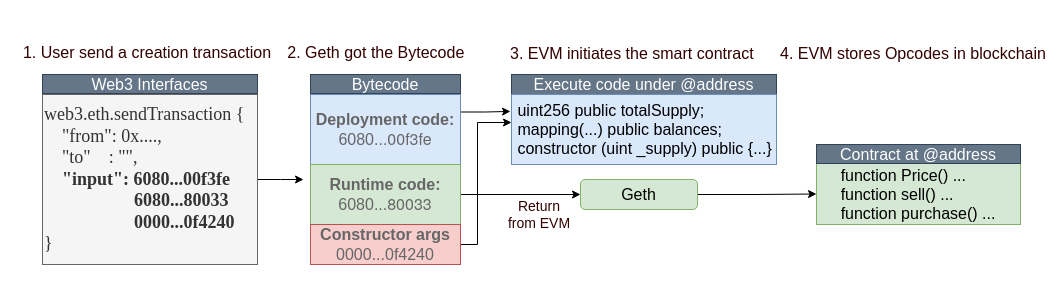
The draw.io diagram page "codecopy" (8 of 11) of Untitled Diagram.drawio in Kenun99/drawio.repo, before the edit. Source tidied: cells renumbered, new cells numbered last; positions are measured from the earlier drawing's top-left corner, leaving out a move shared by most shapes. Both pictures are drawn from the tidied source at 100%, with x=0, y=0 at pixel (17, 37).
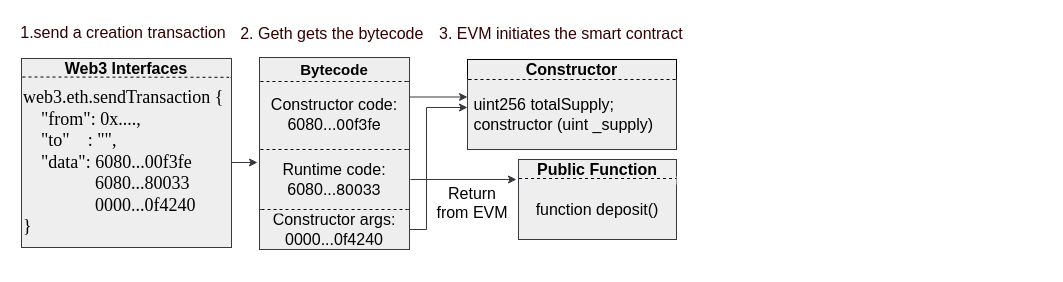
Above is the later version.

The edit, as a diff of the source:
```diff
@@
-    <mxCell id="2" style="edgeStyle=orthogonalEdgeStyle;rounded=0;jettySize=auto;html=1;" parent="1" edge="1" source="3">
+    <mxCell id="2" style="edgeStyle=orthogonalEdgeStyle;rounded=0;jettySize=auto;html=1;fillColor=#eeeeee;strokeColor=#36393d;" parent="1" edge="1" source="3">
       <mxGeometry relative="1" as="geometry">
-        <mxPoint x="286" y="142" as="targetPoint" />
+        <mxPoint x="240" y="125" as="targetPoint" />
       </mxGeometry>
     </mxCell>
-    <mxCell id="3" value="&lt;font face=&quot;Times New Roman&quot; style=&quot;font-size: 18px&quot;&gt;&lt;font style=&quot;font-size: 18px&quot;&gt;web3.eth.sendTransaction {&lt;br&gt;&amp;nbsp; &amp;nbsp; &quot;from&quot;: 0x....,&lt;br&gt;&amp;nbsp; &amp;nbsp; &quot;to&quot;&amp;nbsp; &amp;nbsp; : &quot;&quot;,&lt;br&gt;&amp;nbsp; &amp;nbsp; &lt;b&gt;&quot;input&quot;:&amp;nbsp;&lt;/b&gt;&lt;/font&gt;&lt;b&gt;6080...&lt;span&gt;00f3fe&lt;br&gt;&lt;/span&gt;&lt;span&gt; &lt;/span&gt;&lt;span&gt; &lt;/span&gt;&lt;span&gt; &lt;/span&gt;&lt;span&gt; &lt;/span&gt;&lt;span style=&quot;white-space: pre&quot;&gt; &lt;/span&gt;&lt;span style=&quot;white-space: pre&quot;&gt; &lt;/span&gt;&amp;nbsp; &lt;span style=&quot;white-space: pre&quot;&gt; &lt;/span&gt;&amp;nbsp; &amp;nbsp; &amp;nbsp; &amp;nbsp; &amp;nbsp; &amp;nbsp; &amp;nbsp; &amp;nbsp;&lt;font style=&quot;font-size: 18px&quot;&gt;6080...&lt;/font&gt;&lt;span&gt;&lt;font style=&quot;font-size: 18px&quot;&gt;80033&lt;br&gt;&lt;/font&gt;&lt;/span&gt;&lt;font style=&quot;font-size: 18px&quot;&gt;&amp;nbsp; &amp;nbsp; &amp;nbsp; &amp;nbsp; &amp;nbsp; &amp;nbsp; &amp;nbsp; &amp;nbsp; &amp;nbsp; &amp;nbsp; 0000...0f4240&lt;/font&gt;&lt;/b&gt;&lt;br&gt;&lt;font style=&quot;font-size: 18px&quot;&gt;}&lt;/font&gt;&lt;/font&gt;" style="rounded=0;whiteSpace=wrap;html=1;fontColor=#333333;align=left;fontSize=16;fillColor=#f5f5f5;strokeColor=#666666;" parent="1" vertex="1">
-      <mxGeometry x="25" y="57" width="215" height="170" as="geometry" />
+    <mxCell id="3" value="&lt;font face=&quot;Times New Roman&quot; style=&quot;font-size: 18px&quot;&gt;&lt;font style=&quot;font-size: 18px&quot;&gt;web3.eth.sendTransaction {&lt;br&gt;&amp;nbsp; &amp;nbsp; &quot;from&quot;: 0x....,&lt;br&gt;&amp;nbsp; &amp;nbsp; &quot;to&quot;&amp;nbsp; &amp;nbsp; : &quot;&quot;,&lt;br&gt;&amp;nbsp; &amp;nbsp; &quot;data&quot;:&amp;nbsp;&lt;/font&gt;6080...00f3fe&lt;br&gt;    &lt;span style=&quot;white-space: pre&quot;&gt; &lt;/span&gt;&lt;span style=&quot;white-space: pre&quot;&gt; &lt;/span&gt;&amp;nbsp; &lt;span style=&quot;white-space: pre&quot;&gt; &lt;/span&gt;&amp;nbsp; &amp;nbsp; &amp;nbsp; &amp;nbsp; &amp;nbsp; &amp;nbsp;&lt;font style=&quot;font-size: 18px&quot;&gt;6080...&lt;/font&gt;&lt;font style=&quot;font-size: 18px&quot;&gt;80033&lt;br&gt;&lt;/font&gt;&lt;font style=&quot;font-size: 18px&quot;&gt;&amp;nbsp; &amp;nbsp; &amp;nbsp; &amp;nbsp; &amp;nbsp; &amp;nbsp; &amp;nbsp; &amp;nbsp; 0000...0f4240&lt;/font&gt;&lt;br&gt;&lt;font style=&quot;font-size: 18px&quot;&gt;}&lt;/font&gt;&lt;/font&gt;" style="rounded=0;whiteSpace=wrap;html=1;align=left;fontSize=16;fillColor=#eeeeee;strokeColor=#36393d;" parent="1" vertex="1">
+      <mxGeometry x="4" y="40" width="210" height="170" as="geometry" />
     </mxCell>
-    <mxCell id="4" style="edgeStyle=orthogonalEdgeStyle;rounded=0;jettySize=auto;html=1;exitX=1;exitY=0.25;exitDx=0;exitDy=0;fontSize=12;fontColor=#666666;strokeWidth=1;" parent="1" edge="1" source="5">
-      <mxGeometry relative="1" as="geometry">
-        <mxPoint x="493" y="73.9" as="targetPoint" />
-      </mxGeometry>
+    <mxCell id="4" style="edgeStyle=orthogonalEdgeStyle;rounded=0;jettySize=auto;html=1;exitX=1;exitY=0.25;exitDx=0;exitDy=0;fontSize=12;fontColor=#666666;strokeWidth=1;fillColor=#eeeeee;strokeColor=#36393d;entryX=0;entryY=0.25;entryDx=0;entryDy=0;" parent="1" edge="1" source="5" target="18">
+      <mxGeometry relative="1" as="geometry" />
     </mxCell>
-    <mxCell id="5" value="&lt;span style=&quot;color: rgb(102 , 102 , 102) ; text-align: left&quot;&gt;&lt;b&gt;Deployment code:&lt;/b&gt;&lt;/span&gt;&lt;font style=&quot;font-size: 16px&quot; color=&quot;#666666&quot;&gt;&lt;span style=&quot;text-align: left ; font-size: 16px&quot;&gt;&lt;br&gt;6080...&lt;/span&gt;&lt;span style=&quot;text-align: left ; font-family: &amp;#34;helvetica neue&amp;#34; ; font-size: 16px&quot;&gt;00f3fe&lt;/span&gt;&lt;/font&gt;&lt;font style=&quot;font-size: 16px&quot;&gt;&lt;span style=&quot;text-align: left ; font-family: &amp;#34;helvetica neue&amp;#34; ; font-size: 16px&quot;&gt;&lt;br style=&quot;font-size: 16px&quot;&gt;&lt;/span&gt;&lt;/font&gt;" style="rounded=0;whiteSpace=wrap;html=1;fontSize=16;fillColor=#dae8fc;strokeColor=#6c8ebf;" parent="1" vertex="1">
-      <mxGeometry x="293" y="57" width="150" height="70" as="geometry" />
+    <mxCell id="5" value="&lt;span style=&quot;text-align: left&quot;&gt;Constructor code:&lt;/span&gt;&lt;font style=&quot;font-size: 16px&quot;&gt;&lt;span style=&quot;text-align: left ; font-size: 16px&quot;&gt;&lt;br&gt;6080...&lt;/span&gt;&lt;span style=&quot;text-align: left ; font-family: &amp;#34;helvetica neue&amp;#34; ; font-size: 16px&quot;&gt;00f3fe&lt;/span&gt;&lt;/font&gt;&lt;font style=&quot;font-size: 16px&quot;&gt;&lt;span style=&quot;text-align: left ; font-family: &amp;#34;helvetica neue&amp;#34; ; font-size: 16px&quot;&gt;&lt;br style=&quot;font-size: 16px&quot;&gt;&lt;/span&gt;&lt;/font&gt;" style="rounded=0;whiteSpace=wrap;html=1;fontSize=16;fillColor=#eeeeee;strokeColor=#36393d;" parent="1" vertex="1">
+      <mxGeometry x="242" y="42" width="150" height="70" as="geometry" />
     </mxCell>
     <mxCell id="6" value="&lt;span style=&quot;font-family: helvetica; font-size: 16px; font-style: normal; font-weight: 400; letter-spacing: normal; text-align: center; text-indent: 0px; text-transform: none; word-spacing: 0px; background-color: rgb(255, 255, 255); display: inline; float: none;&quot;&gt;3. EVM initiates the smart contract&lt;/span&gt;" style="text;html=1;fontSize=16;fontColor=#330000;" parent="1" vertex="1">
-      <mxGeometry x="491" width="259" height="30" as="geometry" />
+      <mxGeometry x="420" y="-20" width="240" height="30" as="geometry" />
     </mxCell>
-    <mxCell id="7" value="&lt;font style=&quot;font-size: 16px&quot;&gt;1. User send a creation transaction&lt;/font&gt;" style="text;html=1;strokeColor=none;fillColor=none;align=center;verticalAlign=middle;whiteSpace=wrap;rounded=0;fontSize=16;fontColor=#330000;" parent="1" vertex="1">
-      <mxGeometry width="260" height="30" as="geometry" />
+    <mxCell id="7" value="&lt;font style=&quot;font-size: 16px&quot;&gt;1.send a creation transaction&lt;/font&gt;" style="text;html=1;strokeColor=none;fillColor=none;align=center;verticalAlign=middle;whiteSpace=wrap;rounded=0;fontSize=16;fontColor=#330000;" parent="1" vertex="1">
+      <mxGeometry x="1" y="-20" width="210" height="30" as="geometry" />
     </mxCell>
-    <mxCell id="8" value="&lt;font style=&quot;font-size: 16px&quot;&gt;2. Geth got the Bytecode&amp;nbsp;&lt;/font&gt;" style="text;html=1;strokeColor=none;fillColor=none;align=center;verticalAlign=middle;whiteSpace=wrap;rounded=0;fontSize=16;fontColor=#330000;" parent="1" vertex="1">
-      <mxGeometry x="260" width="202" height="30" as="geometry" />
+    <mxCell id="8" value="&lt;font style=&quot;font-size: 16px&quot;&gt;2. Geth gets the bytecode&amp;nbsp;&lt;/font&gt;" style="text;html=1;strokeColor=none;fillColor=none;align=center;verticalAlign=middle;whiteSpace=wrap;rounded=0;fontSize=16;fontColor=#330000;" parent="1" vertex="1">
+      <mxGeometry x="216" y="-19" width="202" height="30" as="geometry" />
     </mxCell>
-    <mxCell id="9" style="edgeStyle=orthogonalEdgeStyle;rounded=0;jettySize=auto;html=1;entryX=0;entryY=0.5;entryDx=0;entryDy=0;fontSize=12;fontColor=#330000;strokeWidth=1;" parent="1" edge="1" source="10" target="15">
-      <mxGeometry relative="1" as="geometry" />
+    <mxCell id="9" style="edgeStyle=orthogonalEdgeStyle;rounded=0;orthogonalLoop=1;jettySize=auto;html=1;fontSize=12;fontColor=#330000;strokeWidth=1;fillColor=#eeeeee;strokeColor=#36393d;" parent="1" edge="1">
+      <mxGeometry relative="1" as="geometry">
+        <mxPoint x="393" y="142" as="sourcePoint" />
+        <mxPoint x="499" y="142" as="targetPoint" />
+      </mxGeometry>
     </mxCell>
-    <mxCell id="10" value="&lt;span style=&quot;text-align: left ; font-size: 16px&quot;&gt;&lt;b&gt;Runtime code:&lt;/b&gt;&lt;br&gt;6080...&lt;/span&gt;&lt;span style=&quot;text-align: left ; font-family: &amp;#34;helvetica neue&amp;#34; ; font-size: 16px&quot;&gt;80033&lt;/span&gt;&lt;font style=&quot;font-size: 16px&quot;&gt;&lt;span style=&quot;text-align: left ; font-family: &amp;#34;helvetica neue&amp;#34; ; font-size: 16px&quot;&gt;&lt;br style=&quot;font-size: 16px&quot;&gt;&lt;/span&gt;&lt;/font&gt;" style="rounded=0;whiteSpace=wrap;html=1;fontSize=16;fillColor=#d5e8d4;strokeColor=#82b366;fontColor=#666666;" parent="1" vertex="1">
-      <mxGeometry x="293" y="127" width="150" height="60" as="geometry" />
+    <mxCell id="10" value="&lt;font color=&quot;#000000&quot;&gt;&lt;span style=&quot;text-align: left ; font-size: 16px&quot;&gt;Runtime code:&lt;br&gt;6080...&lt;/span&gt;&lt;span style=&quot;text-align: left ; font-family: &amp;#34;helvetica neue&amp;#34; ; font-size: 16px&quot;&gt;80033&lt;/span&gt;&lt;/font&gt;&lt;font style=&quot;font-size: 16px&quot;&gt;&lt;span style=&quot;text-align: left ; font-family: &amp;#34;helvetica neue&amp;#34; ; font-size: 16px&quot;&gt;&lt;br style=&quot;font-size: 16px&quot;&gt;&lt;/span&gt;&lt;/font&gt;" style="rounded=0;whiteSpace=wrap;html=1;fontSize=16;fillColor=#eeeeee;strokeColor=#36393d;" parent="1" vertex="1">
+      <mxGeometry x="242" y="112" width="150" height="60" as="geometry" />
     </mxCell>
-    <mxCell id="11" style="edgeStyle=orthogonalEdgeStyle;rounded=0;jettySize=auto;html=1;exitX=1;exitY=0.5;exitDx=0;exitDy=0;entryX=0;entryY=0.4;entryDx=0;entryDy=0;entryPerimeter=0;" parent="1" edge="1" source="12" target="18">
+    <mxCell id="11" style="edgeStyle=orthogonalEdgeStyle;rounded=0;jettySize=auto;html=1;exitX=1;exitY=0.5;exitDx=0;exitDy=0;entryX=0;entryY=0.4;entryDx=0;entryDy=0;entryPerimeter=0;fillColor=#eeeeee;strokeColor=#36393d;" parent="1" edge="1" source="12" target="18">
       <mxGeometry relative="1" as="geometry">
         <Array as="points">
-          <mxPoint x="460" y="207" />
-          <mxPoint x="460" y="85" />
+          <mxPoint x="409" y="192" />
+          <mxPoint x="409" y="70" />
         </Array>
       </mxGeometry>
     </mxCell>
-    <mxCell id="12" value="&lt;span style=&quot;font-family: &amp;#34;helvetica&amp;#34; ; text-align: left&quot;&gt;&lt;b&gt;Constructor args&lt;/b&gt;&lt;br&gt;0000...0f4240&lt;/span&gt;" style="rounded=0;whiteSpace=wrap;html=1;fontSize=16;fillColor=#f8cecc;strokeColor=#b85450;fontColor=#666666;" parent="1" vertex="1">
-      <mxGeometry x="293" y="187" width="150" height="40" as="geometry" />
+    <mxCell id="12" value="&lt;span style=&quot;font-family: &amp;#34;helvetica&amp;#34; ; text-align: left&quot;&gt;Constructor args:&lt;br&gt;0000...0f4240&lt;/span&gt;" style="rounded=0;whiteSpace=wrap;html=1;fontSize=16;fillColor=#eeeeee;strokeColor=#36393d;" parent="1" vertex="1">
+      <mxGeometry x="242" y="172" width="150" height="40" as="geometry" />
     </mxCell>
-    <mxCell id="13" value="Execute code under @address" style="rounded=0;whiteSpace=wrap;html=1;fontSize=16;fontColor=#ffffff;strokeWidth=1;fillColor=#647687;strokeColor=#314354;" parent="1" vertex="1">
-      <mxGeometry x="494" y="37" width="265" height="20" as="geometry" />
+    <mxCell id="13" value="Constructor" style="rounded=0;whiteSpace=wrap;html=1;fontSize=16;strokeWidth=1;fillColor=#eeeeee;strokeColor=default;fontStyle=1;" parent="1" vertex="1">
+      <mxGeometry x="450" y="22" width="209" height="20" as="geometry" />
     </mxCell>
-    <mxCell id="14" style="edgeStyle=orthogonalEdgeStyle;rounded=0;jettySize=auto;html=1;entryX=0;entryY=0.5;entryDx=0;entryDy=0;fontSize=12;fontColor=#330000;strokeWidth=1;" parent="1" edge="1" source="15" target="16">
-      <mxGeometry relative="1" as="geometry" />
-    </mxCell>
-    <mxCell id="15" value="Geth" style="rounded=1;whiteSpace=wrap;html=1;fontSize=16;strokeWidth=1;fillColor=#d5e8d4;strokeColor=#82b366;" parent="1" vertex="1">
-      <mxGeometry x="563" y="142" width="117" height="30" as="geometry" />
-    </mxCell>
-    <mxCell id="16" value="&lt;div style=&quot;text-align: left&quot;&gt;&lt;span&gt;&lt;font face=&quot;helvetica&quot;&gt;function Price() ...&lt;/font&gt;&lt;/span&gt;&lt;/div&gt;&lt;div style=&quot;text-align: left&quot;&gt;&lt;span style=&quot;font-family: &amp;#34;helvetica&amp;#34;&quot;&gt;function sell() ...&lt;/span&gt;&lt;/div&gt;&lt;span&gt;&lt;div style=&quot;text-align: left&quot;&gt;&lt;span style=&quot;font-family: &amp;#34;helvetica&amp;#34;&quot;&gt;function purchase() ...&lt;/span&gt;&lt;/div&gt;&lt;/span&gt;" style="rounded=0;whiteSpace=wrap;html=1;fontSize=16;strokeWidth=1;fillColor=#d5e8d4;strokeColor=#82b366;" parent="1" vertex="1">
-      <mxGeometry x="799" y="126" width="204" height="61" as="geometry" />
+    <mxCell id="16" value="&lt;div style=&quot;text-align: left&quot;&gt;&lt;span style=&quot;font-family: &amp;#34;helvetica&amp;#34;&quot;&gt;function deposit()&lt;/span&gt;&lt;/div&gt;" style="rounded=0;whiteSpace=wrap;html=1;fontSize=16;strokeWidth=1;fillColor=#eeeeee;strokeColor=#36393d;" parent="1" vertex="1">
+      <mxGeometry x="501" y="141" width="158" height="61" as="geometry" />
     </mxCell>
-    <mxCell id="17" value="Contract at @address" style="rounded=0;whiteSpace=wrap;html=1;fontSize=16;fontColor=#ffffff;strokeWidth=1;fillColor=#647687;strokeColor=#314354;" parent="1" vertex="1">
-      <mxGeometry x="799" y="107" width="204" height="19" as="geometry" />
+    <mxCell id="17" value="Public Function" style="rounded=0;whiteSpace=wrap;html=1;fontSize=16;strokeWidth=1;fillColor=#eeeeee;strokeColor=#36393d;fontStyle=1;" parent="1" vertex="1">
+      <mxGeometry x="501" y="122" width="158" height="19" as="geometry" />
     </mxCell>
-    <mxCell id="18" value="&lt;div style=&quot;font-size: 16px&quot;&gt;&lt;font style=&quot;font-size: 16px&quot;&gt;&lt;span style=&quot;font-size: 16px&quot;&gt;&amp;nbsp;uint256 public totalSupply;&lt;/span&gt;&lt;font style=&quot;font-size: 16px&quot;&gt;&lt;br style=&quot;font-size: 16px&quot;&gt;&lt;/font&gt;&lt;/font&gt;&lt;/div&gt;&lt;div&gt;&lt;font&gt;&lt;font&gt;&amp;nbsp;mapping(...) public balances;&lt;br&gt;&lt;/font&gt;&lt;/font&gt;&lt;/div&gt;&lt;div style=&quot;font-size: 16px&quot;&gt;&lt;font style=&quot;font-size: 16px&quot;&gt;&lt;font style=&quot;font-size: 16px&quot;&gt;&amp;nbsp;constructor (&lt;/font&gt;&lt;font style=&quot;font-size: 16px&quot;&gt;uint _supply&lt;/font&gt;&lt;font style=&quot;font-size: 16px&quot;&gt;)&amp;nbsp;&lt;/font&gt;&lt;span style=&quot;font-size: 16px&quot;&gt;public {...}&lt;/span&gt;&lt;/font&gt;&lt;/div&gt;" style="rounded=0;whiteSpace=wrap;html=1;align=left;fontSize=16;fillColor=#dae8fc;strokeColor=#6c8ebf;" parent="1" vertex="1">
-      <mxGeometry x="494" y="57" width="265" height="70" as="geometry" />
+    <mxCell id="18" value="&lt;div style=&quot;font-size: 16px&quot;&gt;&lt;font style=&quot;font-size: 16px&quot;&gt;&lt;span style=&quot;font-size: 16px&quot;&gt;&amp;nbsp;uint256 totalSupply;&lt;/span&gt;&lt;/font&gt;&lt;/div&gt;&lt;div style=&quot;font-size: 16px&quot;&gt;&lt;font style=&quot;font-size: 16px&quot;&gt;&lt;font style=&quot;font-size: 16px&quot;&gt;&amp;nbsp;constructor (&lt;/font&gt;&lt;font style=&quot;font-size: 16px&quot;&gt;uint _supply&lt;/font&gt;&lt;font style=&quot;font-size: 16px&quot;&gt;)&lt;/font&gt;&lt;/font&gt;&lt;/div&gt;" style="rounded=0;whiteSpace=wrap;html=1;align=left;fontSize=16;fillColor=#eeeeee;strokeColor=#36393d;" parent="1" vertex="1">
+      <mxGeometry x="450" y="42" width="209" height="70" as="geometry" />
     </mxCell>
-    <mxCell id="19" value="&lt;span style=&quot;font-family: &amp;#34;helvetica&amp;#34; ; font-size: 14px ; font-style: normal ; font-weight: 400 ; letter-spacing: normal ; text-indent: 0px ; text-transform: none ; word-spacing: 0px ; background-color: rgb(255 , 255 , 255) ; display: inline ; float: none&quot;&gt;Return &lt;br&gt;from EVM&lt;/span&gt;" style="text;whiteSpace=wrap;html=1;fontSize=12;fontColor=#330000;align=center;" parent="1" vertex="1">
-      <mxGeometry x="462" y="154" width="120" height="30" as="geometry" />
+    <mxCell id="19" value="&lt;span style=&quot;font-family: helvetica; font-size: 16px; font-weight: 400; letter-spacing: normal; text-indent: 0px; text-transform: none; word-spacing: 0px; background-color: rgb(255, 255, 255); display: inline; float: none;&quot;&gt;Return &lt;br&gt;from EVM&lt;/span&gt;" style="text;whiteSpace=wrap;html=1;fontSize=12;align=center;strokeWidth=2;fillColor=none;strokeColor=none;fontStyle=0;" parent="1" vertex="1">
+      <mxGeometry x="411" y="139.5" width="88" height="30" as="geometry" />
     </mxCell>
-    <mxCell id="20" value="&lt;span style=&quot;font-family: &amp;#34;helvetica&amp;#34; ; font-size: 16px ; font-style: normal ; font-weight: 400 ; letter-spacing: normal ; text-align: center ; text-indent: 0px ; text-transform: none ; word-spacing: 0px ; background-color: rgb(255 , 255 , 255) ; display: inline ; float: none&quot;&gt;4. EVM stores Opcodes in blockchain&lt;/span&gt;" style="text;html=1;fontSize=16;fontColor=#330000;" parent="1" vertex="1">
-      <mxGeometry x="761" width="259" height="30" as="geometry" />
-    </mxCell>
-    <mxCell id="21" value="Bytecode" style="rounded=0;whiteSpace=wrap;html=1;fontSize=16;fontColor=#ffffff;strokeWidth=1;fillColor=#647687;strokeColor=#314354;" parent="1" vertex="1">
-      <mxGeometry x="293" y="37" width="150" height="19" as="geometry" />
+    <mxCell id="21" value="&lt;font style=&quot;font-size: 15px&quot;&gt;Bytecode&lt;/font&gt;" style="rounded=0;whiteSpace=wrap;html=1;fontSize=16;strokeWidth=1;fillColor=#eeeeee;strokeColor=#36393d;fontStyle=1;" parent="1" vertex="1">
+      <mxGeometry x="242" y="20" width="150" height="24" as="geometry" />
     </mxCell>
-    <mxCell id="22" value="Web3 Interfaces" style="rounded=0;whiteSpace=wrap;html=1;fontSize=16;fontColor=#ffffff;strokeWidth=1;fillColor=#647687;strokeColor=#314354;" parent="1" vertex="1">
-      <mxGeometry x="25" y="37" width="215" height="19" as="geometry" />
+    <mxCell id="22" value="Web3 Interfaces" style="rounded=0;whiteSpace=wrap;html=1;fontSize=16;strokeWidth=1;fillColor=#eeeeee;strokeColor=#36393d;fontStyle=1;" parent="1" vertex="1">
+      <mxGeometry x="4" y="21" width="210" height="19" as="geometry" />
     </mxCell>
+    <mxCell id="23" style="rounded=0;whiteSpace=wrap;html=1;fontSize=16;fillColor=#eeeeee;strokeColor=none;" parent="1" vertex="1">
+      <mxGeometry x="5" y="37" width="208" height="10" as="geometry" />
+    </mxCell>
+    <mxCell id="24" style="endArrow=none;dashed=1;html=1;rounded=0;fontSize=16;fontColor=#000000;exitX=0;exitY=0.25;exitDx=0;exitDy=0;entryX=1;entryY=0.5;entryDx=0;entryDy=0;" parent="1" edge="1">
+      <mxGeometry relative="1" as="geometry">
+        <mxPoint x="5" y="39.5" as="sourcePoint" />
+        <mxPoint x="211.5" y="39.8" as="targetPoint" />
+      </mxGeometry>
+    </mxCell>
+    <mxCell id="25" style="rounded=0;whiteSpace=wrap;html=1;fontSize=16;fillColor=#eeeeee;strokeColor=none;" parent="1" vertex="1">
+      <mxGeometry x="243" y="41" width="146" height="10" as="geometry" />
+    </mxCell>
+    <mxCell id="26" style="endArrow=none;dashed=1;html=1;rounded=0;fontSize=16;fontColor=#000000;exitX=0;exitY=0.5;exitDx=0;exitDy=0;entryX=1;entryY=0.5;entryDx=0;entryDy=0;" parent="1" edge="1">
+      <mxGeometry relative="1" as="geometry">
+        <mxPoint x="243" y="44" as="sourcePoint" />
+        <mxPoint x="389" y="44" as="targetPoint" />
+      </mxGeometry>
+    </mxCell>
+    <mxCell id="27" style="rounded=0;whiteSpace=wrap;html=1;fontSize=16;fillColor=#eeeeee;strokeColor=none;" parent="1" vertex="1">
+      <mxGeometry x="243" y="109" width="146" height="10" as="geometry" />
+    </mxCell>
+    <mxCell id="28" style="endArrow=none;dashed=1;html=1;rounded=0;fontSize=16;fontColor=#000000;exitX=0;exitY=0.5;exitDx=0;exitDy=0;entryX=1;entryY=0.5;entryDx=0;entryDy=0;" parent="1" edge="1">
+      <mxGeometry relative="1" as="geometry">
+        <mxPoint x="243" y="112" as="sourcePoint" />
+        <mxPoint x="389" y="112" as="targetPoint" />
+      </mxGeometry>
+    </mxCell>
+    <mxCell id="29" style="rounded=0;whiteSpace=wrap;html=1;fontSize=16;fillColor=#eeeeee;strokeColor=none;" parent="1" vertex="1">
+      <mxGeometry x="244" y="166" width="146" height="10" as="geometry" />
+    </mxCell>
+    <mxCell id="30" style="endArrow=none;dashed=1;html=1;rounded=0;fontSize=16;fontColor=#000000;exitX=0;exitY=0.5;exitDx=0;exitDy=0;entryX=1;entryY=0.5;entryDx=0;entryDy=0;" parent="1" edge="1">
+      <mxGeometry relative="1" as="geometry">
+        <mxPoint x="244" y="172" as="sourcePoint" />
+        <mxPoint x="390" y="172" as="targetPoint" />
+      </mxGeometry>
+    </mxCell>
+    <mxCell id="31" style="rounded=0;whiteSpace=wrap;html=1;fontSize=16;fillColor=#eeeeee;strokeColor=none;" parent="1" vertex="1">
+      <mxGeometry x="454" y="39" width="204" height="10" as="geometry" />
+    </mxCell>
+    <mxCell id="32" style="endArrow=none;dashed=1;html=1;rounded=0;fontSize=16;fontColor=#000000;exitX=0;exitY=0.5;exitDx=0;exitDy=0;entryX=1;entryY=0;entryDx=0;entryDy=0;" parent="1" edge="1" target="18">
+      <mxGeometry relative="1" as="geometry">
+        <mxPoint x="451" y="42" as="sourcePoint" />
+      </mxGeometry>
+    </mxCell>
+    <mxCell id="33" style="rounded=0;whiteSpace=wrap;html=1;fontSize=16;fillColor=#eeeeee;strokeColor=none;" parent="1" vertex="1">
+      <mxGeometry x="501.5" y="139" width="157.5" height="8" as="geometry" />
+    </mxCell>
+    <mxCell id="34" style="endArrow=none;dashed=1;html=1;rounded=0;fontSize=16;fontColor=#000000;exitX=0;exitY=0.5;exitDx=0;exitDy=0;entryX=1;entryY=1;entryDx=0;entryDy=0;" parent="1" edge="1" target="17">
+      <mxGeometry relative="1" as="geometry">
+        <mxPoint x="501.5" y="141" as="sourcePoint" />
+      </mxGeometry>
+    </mxCell>
```
